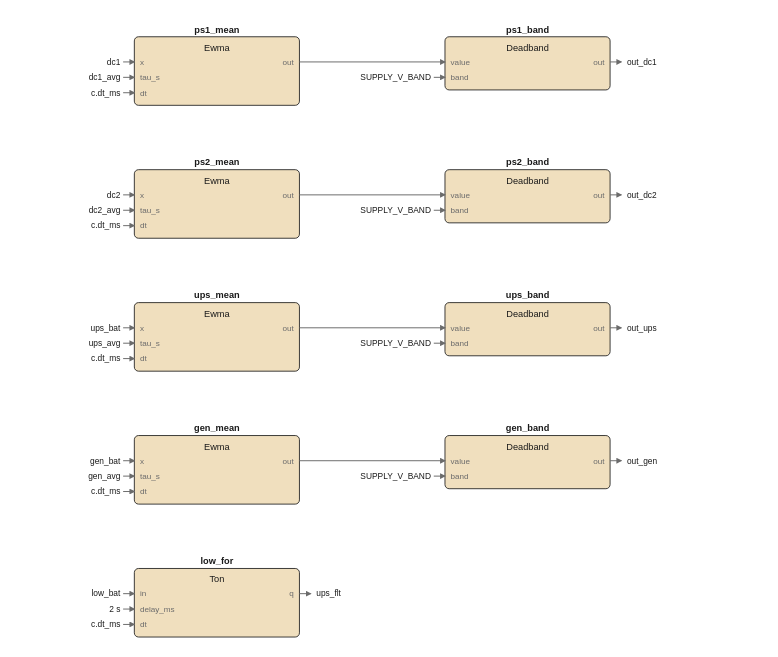
This is images/logic/dc_watch_fbd.drawio.svg from pstch/botanik2, a draw.io export, as it was before one commit. Source tidied: cells renumbered, new cells last; positions are measured from the earlier drawing's top-left corner, leaving out a move shared by most shapes.
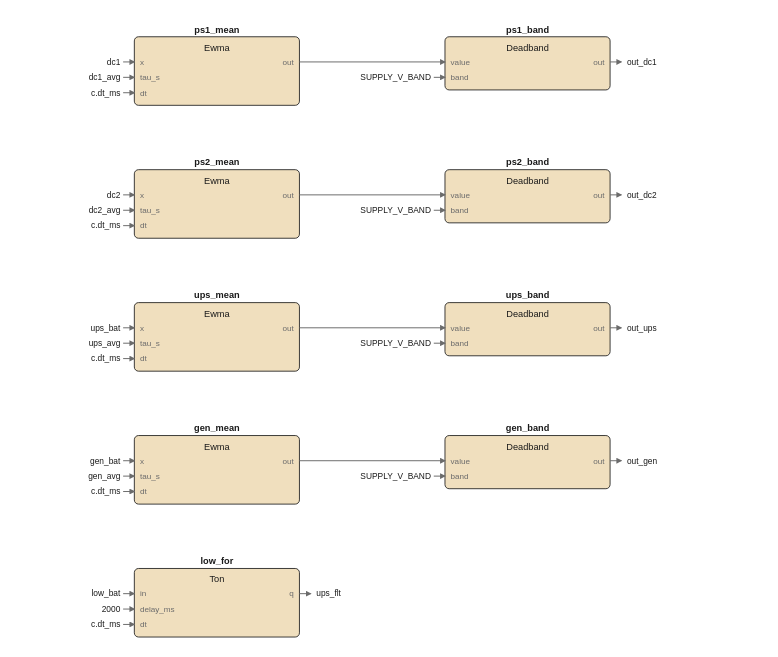
The same diagram one commit later.

Diff of the diagram source:
```diff
@@ -356,7 +356,7 @@
         <mxPoint x="10" y="408" as="targetPoint" />
       </mxGeometry>
     </mxCell>
-    <mxCell id="99" value="2 s" style="text;html=1;fontSize=6;fontColor=#1a1a1a;align=left;" parent="1" vertex="1">
+    <mxCell id="99" value="2000" style="text;html=1;fontSize=6;fontColor=#1a1a1a;align=left;" parent="1" vertex="1">
       <mxGeometry y="415" width="40" height="10" as="geometry" />
     </mxCell>
     <mxCell id="100" style="edgeStyle=none;html=1;strokeColor=#6b6b6b;endArrow=block;" parent="1" edge="1">
```
